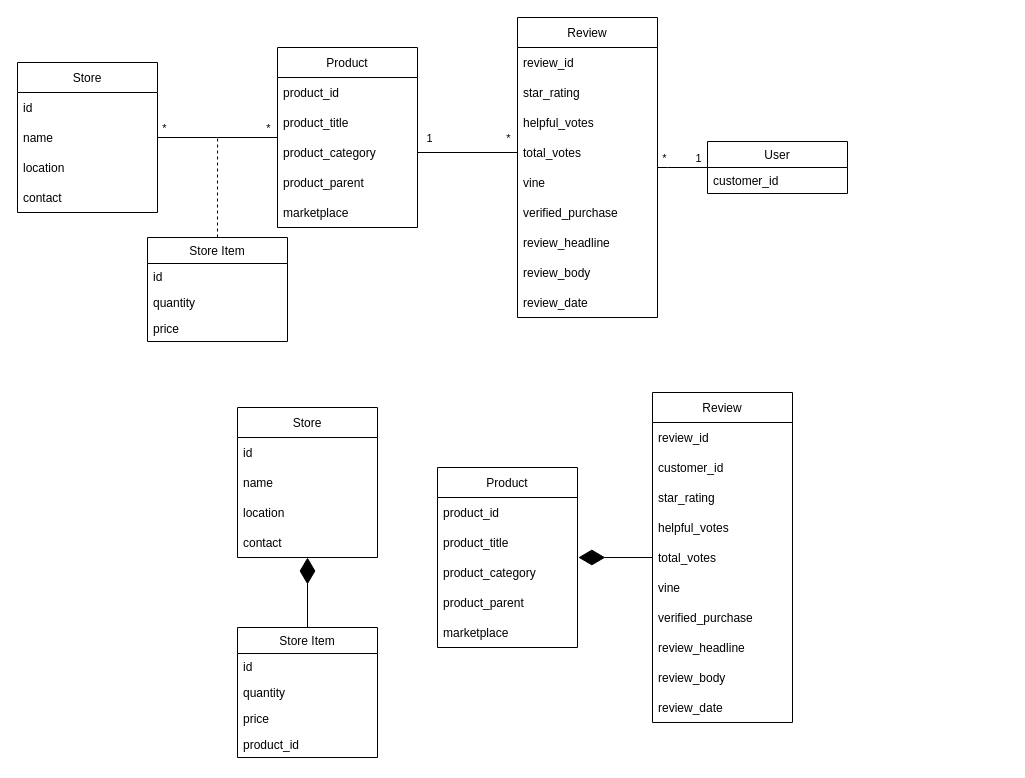
This is page "Page-2" (2 of 2) of final_draft.drawio from francisco-rente/FEUP-BDNR, a draw.io file, before an edit. Source tidied: cells renumbered, new cells numbered last; positions are measured from the earlier drawing's top-left corner, leaving out a move shared by most shapes. Both pictures are drawn from the tidied source at 100%, with x=0, y=0 at pixel (17, 17).
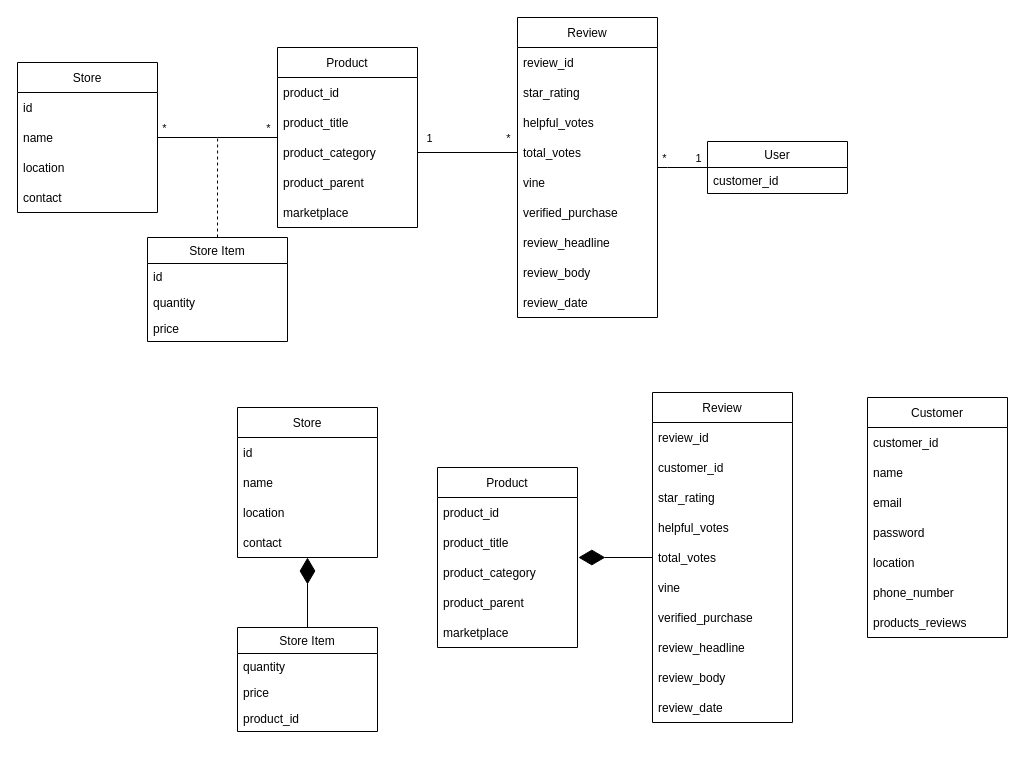
After the change.

Diff of the diagram source:
```diff
@@
     <mxCell id="56" value="Store Item" style="swimlane;fontStyle=0;horizontal=1;startSize=26;fillColor=none;" parent="1" vertex="1">
-      <mxGeometry x="220" y="610" width="140" height="130" as="geometry" />
+      <mxGeometry x="220" y="610" width="140" height="104" as="geometry" />
     </mxCell>
-    <mxCell id="57" value="id" style="text;strokeColor=none;fillColor=none;align=left;verticalAlign=top;spacingLeft=4;spacingRight=4;overflow=hidden;" parent="56" vertex="1">
-      <mxGeometry y="26" width="140" height="26" as="geometry" />
-    </mxCell>
     <mxCell id="58" value="quantity" style="text;strokeColor=none;fillColor=none;align=left;verticalAlign=top;spacingLeft=4;spacingRight=4;overflow=hidden;" parent="56" vertex="1">
-      <mxGeometry y="52" width="140" height="26" as="geometry" />
+      <mxGeometry y="26" width="140" height="26" as="geometry" />
     </mxCell>
     <mxCell id="59" value="price" style="text;strokeColor=none;fillColor=none;align=left;verticalAlign=top;spacingLeft=4;spacingRight=4;overflow=hidden;" parent="56" vertex="1">
-      <mxGeometry y="78" width="140" height="26" as="geometry" />
+      <mxGeometry y="52" width="140" height="26" as="geometry" />
     </mxCell>
     <mxCell id="60" value="product_id" style="text;strokeColor=none;fillColor=none;align=left;verticalAlign=top;spacingLeft=4;spacingRight=4;overflow=hidden;" parent="56" vertex="1">
-      <mxGeometry y="104" width="140" height="26" as="geometry" />
+      <mxGeometry y="78" width="140" height="26" as="geometry" />
     </mxCell>
@@
+    <mxCell id="68" value="Customer" style="swimlane;fontStyle=0;horizontal=1;startSize=30;" parent="1" vertex="1">
+      <mxGeometry x="850" y="380" width="140" height="240" as="geometry" />
+    </mxCell>
+    <mxCell id="69" value="customer_id" style="text;strokeColor=none;fillColor=none;align=left;verticalAlign=middle;spacingLeft=4;spacingRight=4;overflow=hidden;" parent="68" vertex="1">
+      <mxGeometry y="30" width="140" height="30" as="geometry" />
+    </mxCell>
+    <mxCell id="70" value="name" style="text;strokeColor=none;fillColor=none;align=left;verticalAlign=middle;spacingLeft=4;spacingRight=4;overflow=hidden;" parent="68" vertex="1">
+      <mxGeometry y="60" width="140" height="30" as="geometry" />
+    </mxCell>
+    <mxCell id="71" value="email" style="text;strokeColor=none;fillColor=none;align=left;verticalAlign=middle;spacingLeft=4;spacingRight=4;overflow=hidden;" parent="68" vertex="1">
+      <mxGeometry y="90" width="140" height="30" as="geometry" />
+    </mxCell>
+    <mxCell id="72" value="password" style="text;strokeColor=none;fillColor=none;align=left;verticalAlign=middle;spacingLeft=4;spacingRight=4;overflow=hidden;" parent="68" vertex="1">
+      <mxGeometry y="120" width="140" height="30" as="geometry" />
+    </mxCell>
+    <mxCell id="73" value="location" style="text;strokeColor=none;fillColor=none;align=left;verticalAlign=middle;spacingLeft=4;spacingRight=4;overflow=hidden;" parent="68" vertex="1">
+      <mxGeometry y="150" width="140" height="30" as="geometry" />
+    </mxCell>
+    <mxCell id="74" value="phone_number" style="text;strokeColor=none;fillColor=none;align=left;verticalAlign=middle;spacingLeft=4;spacingRight=4;overflow=hidden;" parent="68" vertex="1">
+      <mxGeometry y="180" width="140" height="30" as="geometry" />
+    </mxCell>
+    <mxCell id="75" value="products_reviews" style="text;strokeColor=none;fillColor=none;align=left;verticalAlign=middle;spacingLeft=4;spacingRight=4;overflow=hidden;" parent="68" vertex="1">
+      <mxGeometry y="210" width="140" height="30" as="geometry" />
+    </mxCell>
```
